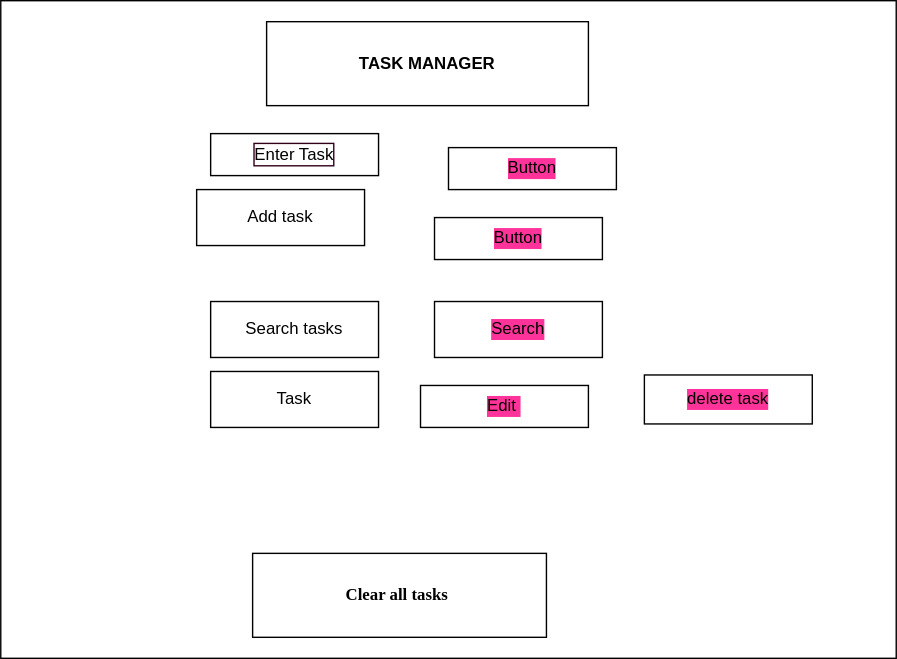
Before: Untitled Diagram.drawio.svg, a diagram exported from draw.io (Mbenka22/alx_capstone_project). Source tidied: cells renumbered, new cells last; positions are measured from the earlier drawing's top-left corner, leaving out a move shared by most shapes.
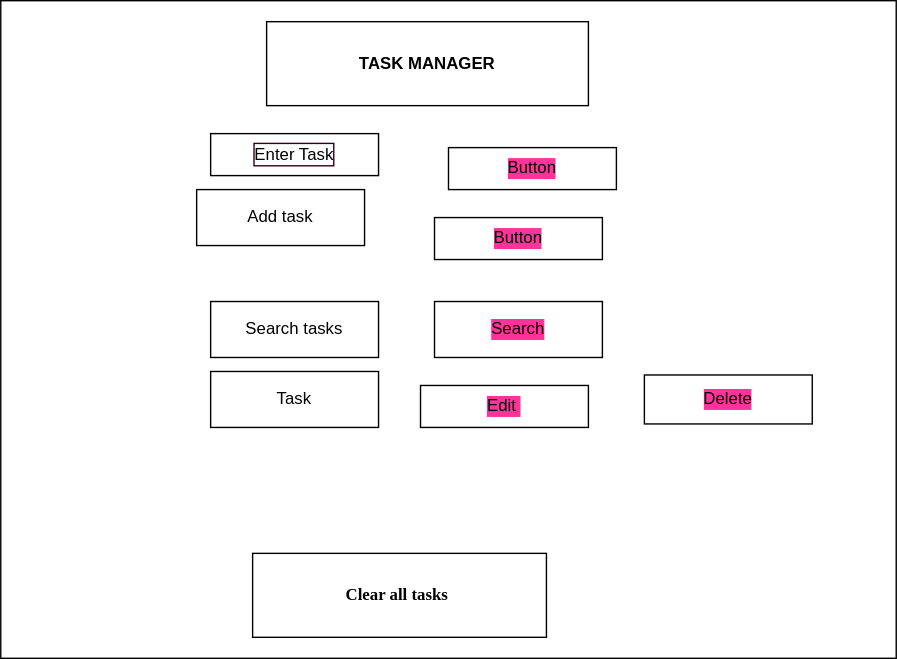
The same file after the commit.

The edit, as a diff of the source:
```diff
@@ -2,7 +2,7 @@
   <root>
     <mxCell id="0" />
     <mxCell id="1" parent="0" />
-    <mxCell id="2" style="rounded=0;whiteSpace=wrap;html=1;fontFamily=Comic Sans MS;labelBackgroundColor=#85A5FF;labelBorderColor=#B266FF;fontColor=#FF3399;fontSize=11;" parent="1" vertex="1">
+    <mxCell id="2" style="rounded=0;whiteSpace=wrap;html=1;fontFamily=Comic Sans MS;labelBackgroundColor=#FF3399;labelBorderColor=#B266FF;fontColor=#FF3399;fontSize=11;" parent="1" vertex="1">
       <mxGeometry width="640" height="470" as="geometry" />
     </mxCell>
     <mxCell id="3" value="Enter Task" style="rounded=0;whiteSpace=wrap;html=1;labelBorderColor=#33001A;" parent="1" vertex="1">
@@ -41,7 +41,7 @@
     <mxCell id="13" value="Search" style="rounded=0;whiteSpace=wrap;html=1;fontColor=#000000;labelBackgroundColor=#FF3399;" parent="1" vertex="1">
       <mxGeometry x="310" y="215" width="120" height="40" as="geometry" />
     </mxCell>
-    <mxCell id="14" value="delete task" style="rounded=0;whiteSpace=wrap;html=1;labelBackgroundColor=#FF3399;" parent="1" vertex="1">
+    <mxCell id="14" value="Delete" style="rounded=0;whiteSpace=wrap;html=1;labelBackgroundColor=#FF3399;" parent="1" vertex="1">
       <mxGeometry x="460" y="267.5" width="120" height="35" as="geometry" />
     </mxCell>
   </root>
```
